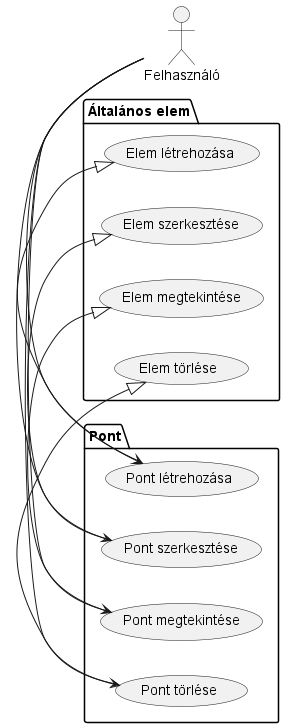
Before: DiplomatervSablon_LaTeX_v1/figures/Point Diagram.png, a diagram exported from PlantUML (LaciProg/Szakdolgozat).
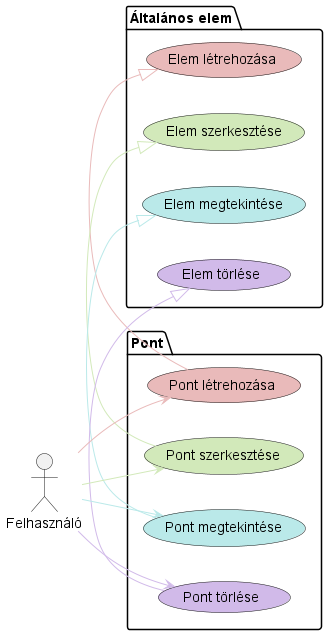
After the change.

Change to the diagram source:
```diff
@@ -5,27 +5,27 @@
 actor Felhasználó
 
 package "Általános elem" {
-    usecase "Elem létrehozása" as CreateElement
-    usecase "Elem szerkesztése" as EditElement
-    usecase "Elem megtekintése" as ViewElement
-    usecase "Elem törlése" as DeleteElement
+    usecase "Elem létrehozása" as CreateElement #E9BABA
+    usecase "Elem szerkesztése" as EditElement #D2E9BA
+    usecase "Elem megtekintése" as ViewElement #BAE9E9
+    usecase "Elem törlése" as DeleteElement #D1BAE9
 }
 
 package "Pont" {
-    usecase "Pont létrehozása" as CreatePoint
-    usecase "Pont szerkesztése" as EditPoint
-    usecase "Pont megtekintése" as ViewPoint
-    usecase "Pont törlése" as DeletePoint
+    usecase "Pont létrehozása" as CreatePoint #E9BABA
+    usecase "Pont szerkesztése" as EditPoint #D2E9BA
+    usecase "Pont megtekintése" as ViewPoint #BAE9E9
+    usecase "Pont törlése" as DeletePoint #D1BAE9
 
-    CreatePoint -|> CreateElement
-    EditPoint -|> EditElement
-    ViewPoint -|> ViewElement
-    DeletePoint -|> DeleteElement
+    CreatePoint -[#E9BABA]|> CreateElement
+    EditPoint -[#D2E9BA]|> EditElement
+    ViewPoint -[#BAE9E9]|> ViewElement
+    DeletePoint -[#D1BAE9]|> DeleteElement
 }
 
-Felhasználó -> CreatePoint
-Felhasználó -> EditPoint
-Felhasználó -> ViewPoint
-Felhasználó -> DeletePoint
+Felhasználó -[#E9BABA]-> CreatePoint
+Felhasználó -[#D2E9BA]-> EditPoint
+Felhasználó -[#BAE9E9]-> ViewPoint
+Felhasználó -[#D1BAE9]-> DeletePoint
 
 @enduml
```
